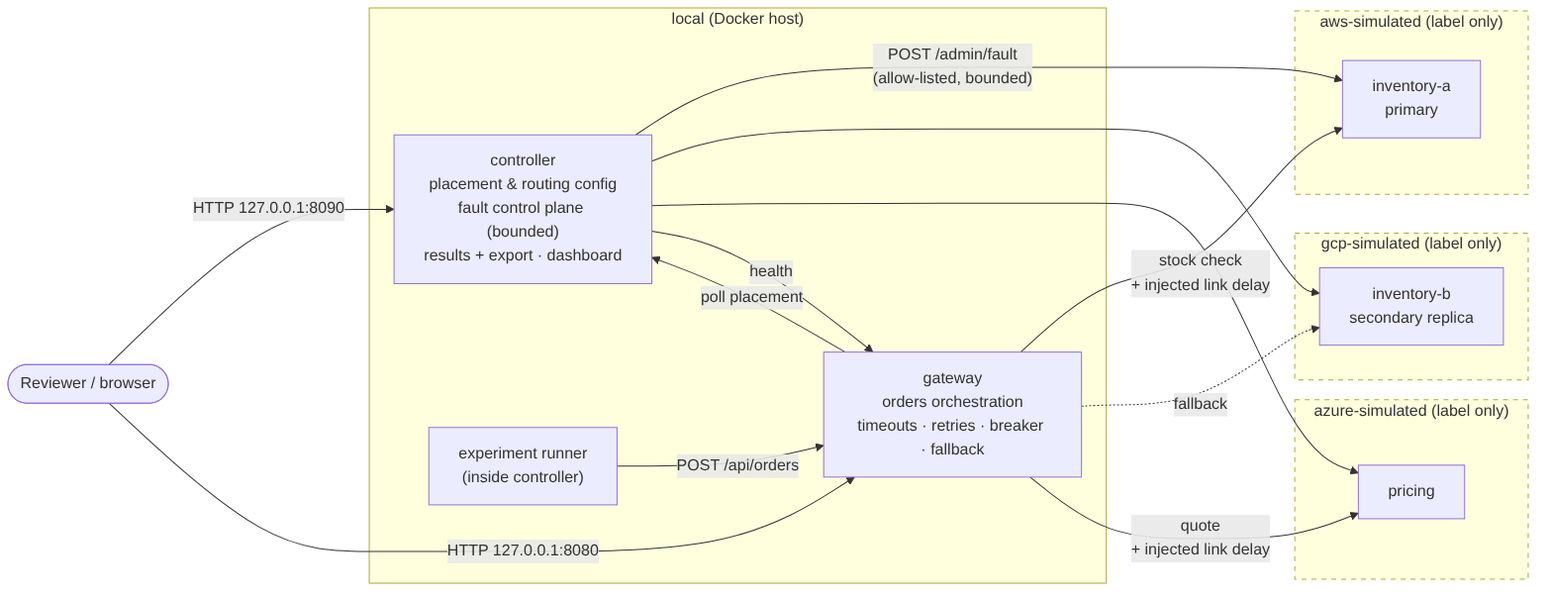
Before: docs/figures/architecture.png, a diagram exported from Mermaid (Parv-01/setu-x). Its source is kept beside it as docs/figures/architecture.mmd. Its diagram source:
```mermaid
flowchart LR
  user([Reviewer / browser]) -->|HTTP 127.0.0.1:8090| ctl
  lg -->|POST /api/orders| gw
  user -->|HTTP 127.0.0.1:8080| gw

  subgraph LOCAL["local (Docker host)"]
    gw["gateway<br/>orders orchestration<br/>timeouts · retries · breaker · fallback"]
    ctl["controller<br/>placement & routing config<br/>fault control plane (bounded)<br/>results + export · dashboard"]
    lg["experiment runner<br/>(inside controller)"]
  end
  subgraph AWS["aws-simulated (label only)"]
    inva["inventory-a<br/>primary"]
  end
  subgraph GCP["gcp-simulated (label only)"]
    invb["inventory-b<br/>secondary replica"]
  end
  subgraph AZ["azure-simulated (label only)"]
    pr["pricing"]
  end

  gw -->|"stock check<br/>+ injected link delay"| inva
  gw -.->|fallback| invb
  gw -->|"quote<br/>+ injected link delay"| pr
  gw -->|poll placement| ctl
  ctl -->|"POST /admin/fault<br/>(allow-listed, bounded)"| inva
  ctl --> invb
  ctl --> pr
  ctl -->|health| gw

  classDef sim stroke-dasharray: 5 5;
  class AWS,GCP,AZ sim;
```
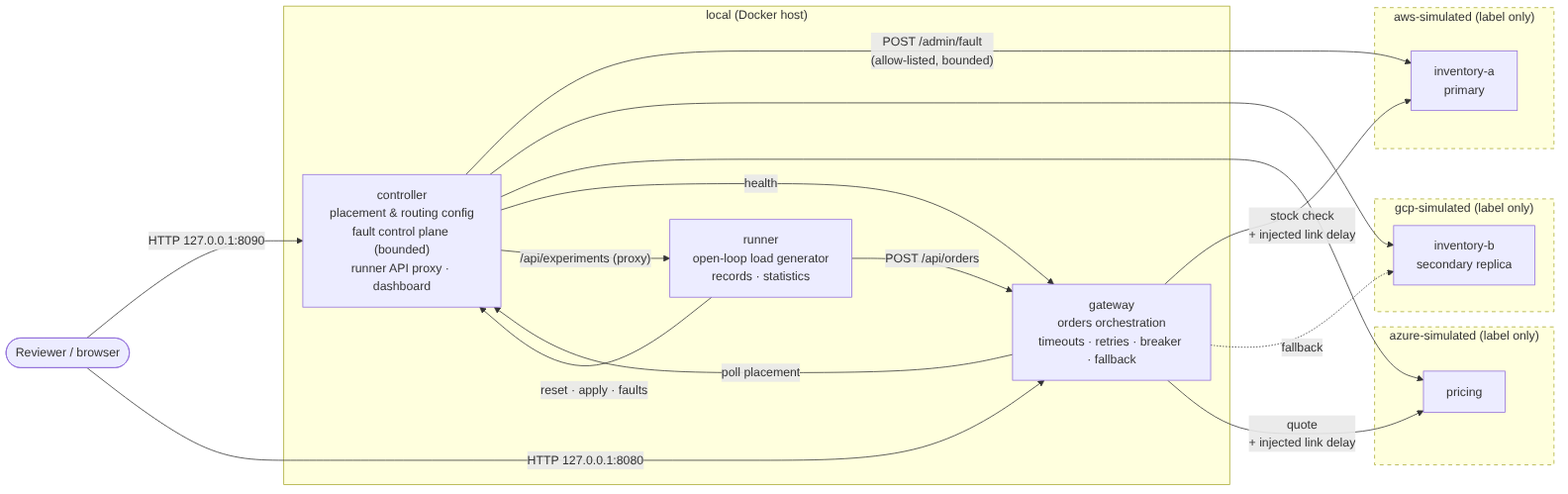
The same diagram one commit later.

Change to the diagram source:
```diff
@@ -5,8 +5,8 @@
 
   subgraph LOCAL["local (Docker host)"]
     gw["gateway<br/>orders orchestration<br/>timeouts · retries · breaker · fallback"]
-    ctl["controller<br/>placement & routing config<br/>fault control plane (bounded)<br/>results + export · dashboard"]
-    lg["experiment runner<br/>(inside controller)"]
+    ctl["controller<br/>placement & routing config<br/>fault control plane (bounded)<br/>runner API proxy · dashboard"]
+    lg["runner<br/>open-loop load generator<br/>records · statistics"]
   end
   subgraph AWS["aws-simulated (label only)"]
     inva["inventory-a<br/>primary"]
@@ -26,6 +26,8 @@
   ctl --> invb
   ctl --> pr
   ctl -->|health| gw
+  ctl -->|"/api/experiments (proxy)"| lg
+  lg -->|"reset · apply · faults"| ctl
 
   classDef sim stroke-dasharray: 5 5;
   class AWS,GCP,AZ sim;
```
